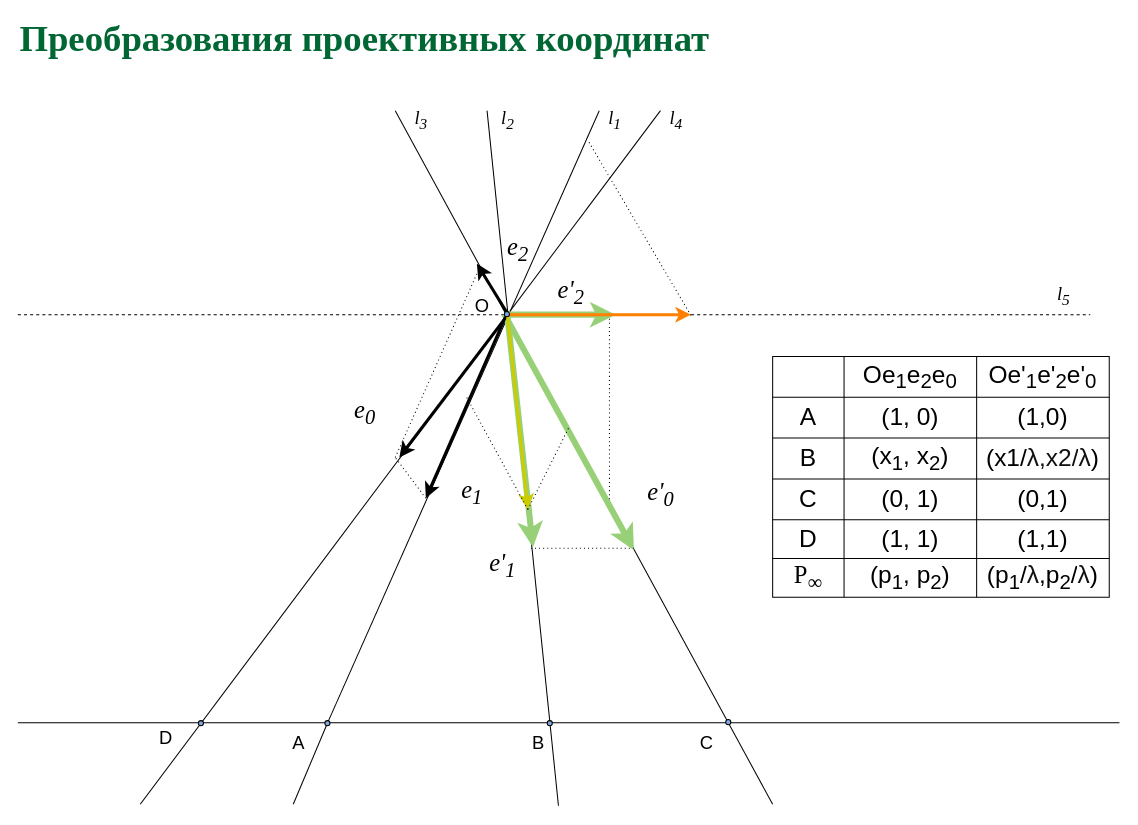
Earlier version of the draw.io diagram page "p24" (31 of 31) of slides/proj.drawio (amcp-pit/geom_course). Source tidied: cells renumbered, new cells numbered last; positions are measured from the earlier drawing's top-left corner, leaving out a move shared by most shapes. Both pictures are drawn from the tidied source at 102%, with x=0, y=0 at pixel (17, 29).
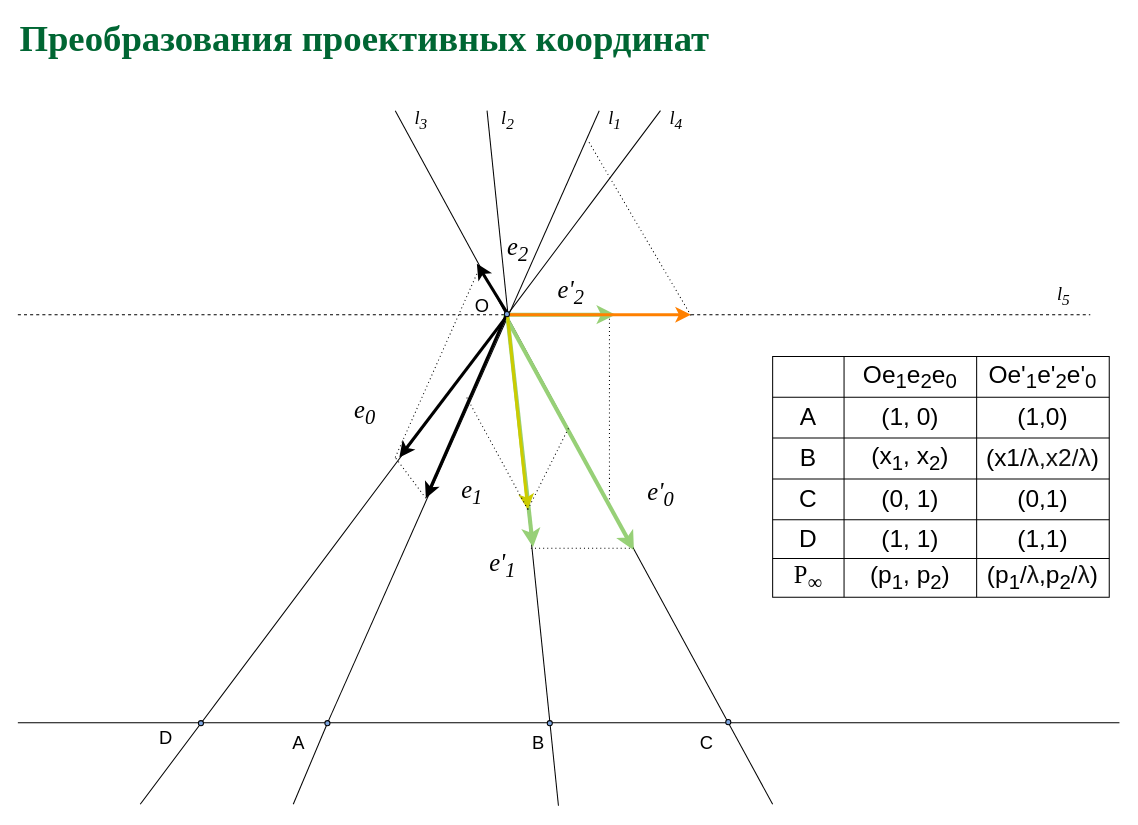
The same page after the edit.

The change refers to these unchanged cells:
```xml
<mxCell id="67" style="ellipse;whiteSpace=wrap;html=1;fillColor=#7EA6E0;" parent="1" vertex="1">
  <mxGeometry x="477" y="277" width="5" height="5" as="geometry" />
</mxCell>
```

What changed in the source:
```diff
@@
-    <mxCell id="28" style="endArrow=classic;html=1;strokeColor=#97D077;strokeWidth=6;exitX=0;exitY=0.5;exitDx=0;exitDy=0;" parent="1" edge="1" source="67">
+    <mxCell id="28" style="endArrow=classic;html=1;strokeColor=#97D077;strokeWidth=4;exitX=0;exitY=0.5;exitDx=0;exitDy=0;" parent="1" edge="1" source="67">
       <mxGeometry relative="1" as="geometry">
         <mxPoint x="604" y="511" as="targetPoint" />
       </mxGeometry>
     </mxCell>
@@
-    <mxCell id="31" style="endArrow=classic;html=1;strokeColor=#97D077;strokeWidth=6;exitX=0.5;exitY=0;exitDx=0;exitDy=0;" parent="1" edge="1" source="67">
+    <mxCell id="31" style="endArrow=classic;html=1;strokeColor=#97D077;strokeWidth=4;exitX=0.5;exitY=0;exitDx=0;exitDy=0;" parent="1" edge="1" source="67">
       <mxGeometry relative="1" as="geometry">
         <mxPoint x="505" y="508" as="targetPoint" />
       </mxGeometry>
     </mxCell>
@@
-    <mxCell id="35" style="endArrow=classic;html=1;strokeColor=#97D077;strokeWidth=6;exitX=0.5;exitY=0;exitDx=0;exitDy=0;" parent="1" edge="1">
+    <mxCell id="35" style="endArrow=classic;html=1;strokeColor=#97D077;strokeWidth=4;exitX=0.5;exitY=0;exitDx=0;exitDy=0;" parent="1" edge="1">
       <mxGeometry relative="1" as="geometry">
         <mxPoint x="479.5" y="280" as="sourcePoint" />
         <mxPoint x="586" y="280" as="targetPoint" />
       </mxGeometry>
     </mxCell>
```
